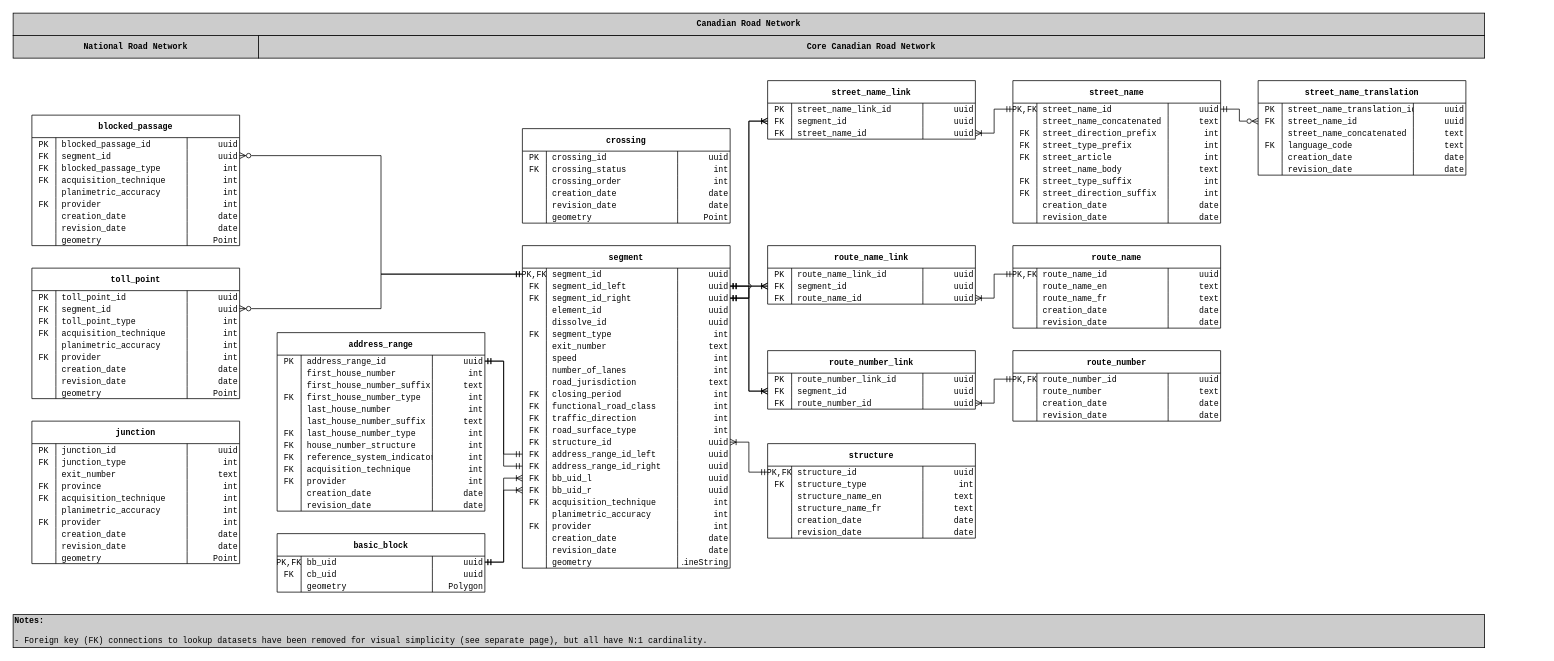
Before: page "primary_datasets" (1 of 2) of docs/source/_static/data_models/canadian_road_network/canadian_road_network.drawio in StatCan/egp-maintenance-tools, a draw.io diagram. Source tidied: cells renumbered, new cells numbered last; positions are measured from the earlier drawing's top-left corner, leaving out a move shared by most shapes. Both pictures are drawn from the tidied source at 75%, with x=0, y=0 at pixel (13, 13).
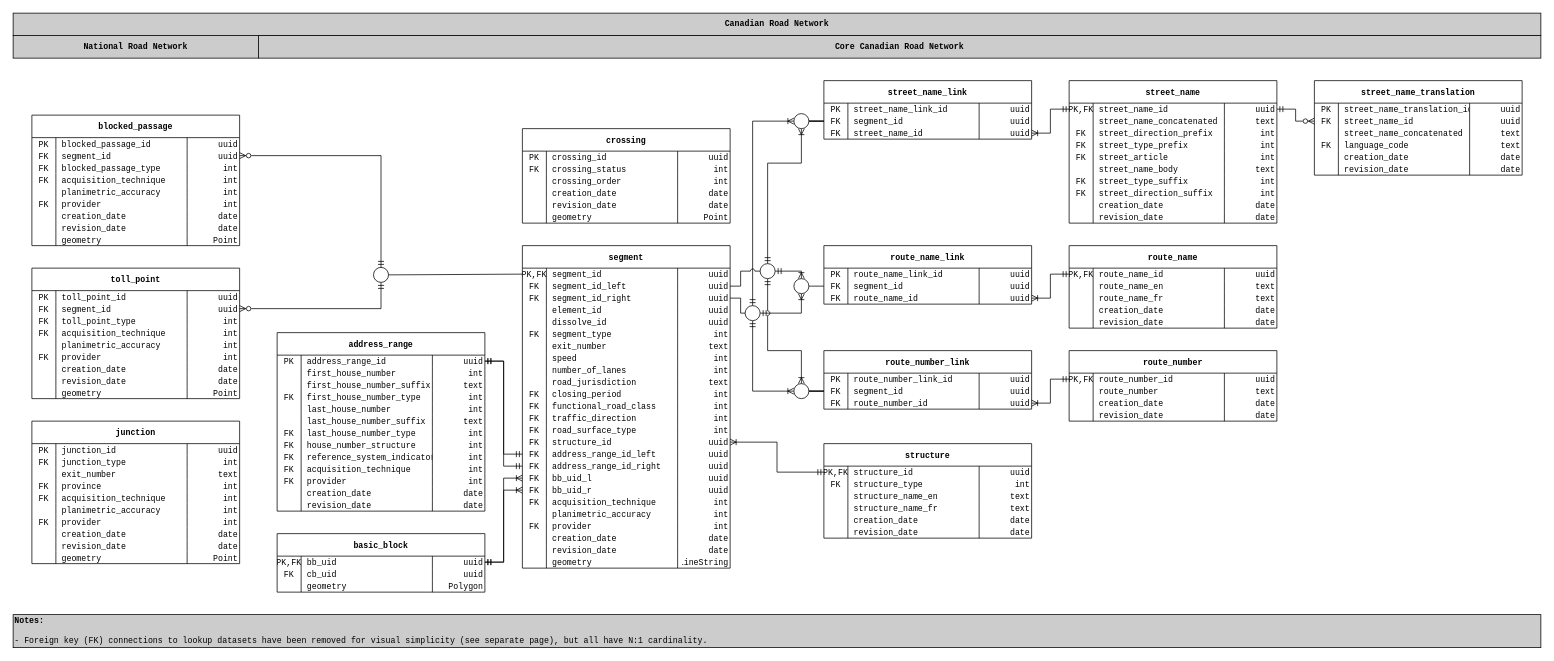
Above is the later version.

Commit message (it also covers changes not shown here):
[1] updated data model (added connection nodes to eliminate overlapping lines)

The change refers to these unchanged cells:
```xml
<mxCell id="10" style="shape=tableRow;horizontal=0;startSize=0;swimlaneHead=0;swimlaneBody=0;fillColor=none;points=[[0,0.5],[1,0.5]];portConstraint=eastwest;top=0;left=0;right=0;bottom=1;fontFamily=Consolas;fontSize=11;strokeColor=none;" parent="9" vertex="1">
  <mxGeometry y="30" width="277" height="16" as="geometry" />
</mxCell>
<mxCell id="14" style="shape=tableRow;horizontal=0;startSize=0;swimlaneHead=0;swimlaneBody=0;fillColor=none;points=[[0,0.5],[1,0.5]];portConstraint=eastwest;top=0;left=0;right=0;bottom=0;fontFamily=Consolas;fontSize=11;" parent="9" vertex="1">
  <mxGeometry y="46" width="277" height="16" as="geometry" />
</mxCell>
<mxCell id="18" style="shape=tableRow;horizontal=0;startSize=0;swimlaneHead=0;swimlaneBody=0;fillColor=none;points=[[0,0.5],[1,0.5]];portConstraint=eastwest;top=0;left=0;right=0;bottom=0;fontFamily=Consolas;fontSize=11;" parent="9" vertex="1">
  <mxGeometry y="62" width="277" height="16" as="geometry" />
</mxCell>
<mxCell id="156" style="shape=tableRow;horizontal=0;startSize=0;swimlaneHead=0;swimlaneBody=0;fillColor=none;points=[[0,0.5],[1,0.5]];portConstraint=eastwest;top=0;left=0;right=0;bottom=1;fontFamily=Consolas;fontSize=11;strokeColor=none;" parent="151" vertex="1">
  <mxGeometry y="46" width="277" height="16" as="geometry" />
</mxCell>
<mxCell id="235" style="shape=tableRow;horizontal=0;startSize=0;swimlaneHead=0;swimlaneBody=0;fillColor=none;points=[[0,0.5],[1,0.5]];portConstraint=eastwest;top=0;left=0;right=0;bottom=1;fontFamily=Consolas;fontSize=11;strokeColor=none;" parent="230" vertex="1">
  <mxGeometry y="46" width="277" height="16" as="geometry" />
</mxCell>
<mxCell id="269" style="shape=tableRow;horizontal=0;startSize=0;swimlaneHead=0;swimlaneBody=0;fillColor=none;points=[[0,0.5],[1,0.5]];portConstraint=eastwest;top=0;left=0;right=0;bottom=1;fontFamily=Consolas;fontSize=11;strokeColor=none;" parent="264" vertex="1">
  <mxGeometry y="46" width="277" height="16" as="geometry" />
</mxCell>
<mxCell id="377" style="shape=tableRow;horizontal=0;startSize=0;swimlaneHead=0;swimlaneBody=0;fillColor=none;points=[[0,0.5],[1,0.5]];portConstraint=eastwest;top=0;left=0;right=0;bottom=1;fontFamily=Consolas;fontSize=11;strokeColor=none;" parent="372" vertex="1">
  <mxGeometry y="46" width="277" height="16" as="geometry" />
</mxCell>
<mxCell id="414" style="shape=tableRow;horizontal=0;startSize=0;swimlaneHead=0;swimlaneBody=0;fillColor=none;points=[[0,0.5],[1,0.5]];portConstraint=eastwest;top=0;left=0;right=0;bottom=1;fontFamily=Consolas;fontSize=11;strokeColor=none;" parent="409" vertex="1">
  <mxGeometry y="46" width="277" height="16" as="geometry" />
</mxCell>
```

What changed in the source:
```diff
@@
-    <mxCell id="3" style="edgeStyle=orthogonalEdgeStyle;rounded=0;jettySize=auto;html=1;startArrow=ERmandOne;startFill=0;endArrow=ERoneToMany;endFill=0;jumpStyle=arc;" parent="1" edge="1" source="14" target="156">
+    <mxCell id="3" style="edgeStyle=orthogonalEdgeStyle;rounded=0;jettySize=auto;html=1;startArrow=ERmandOne;startFill=0;endArrow=ERoneToMany;endFill=0;jumpStyle=arc;exitX=0.5;exitY=0;exitDx=0;exitDy=0;entryX=0;entryY=0.5;entryDx=0;entryDy=0;" parent="1" edge="1" source="501" target="507">
       <mxGeometry relative="1" as="geometry" />
     </mxCell>
-    <mxCell id="4" style="edgeStyle=orthogonalEdgeStyle;rounded=0;jettySize=auto;html=1;entryX=0;entryY=0.5;entryDx=0;entryDy=0;startArrow=ERmandOne;startFill=0;endArrow=ERoneToMany;endFill=0;jumpStyle=arc;" parent="1" edge="1" source="14" target="235">
+    <mxCell id="4" style="edgeStyle=orthogonalEdgeStyle;rounded=0;jettySize=auto;html=1;entryX=0.5;entryY=1;entryDx=0;entryDy=0;startArrow=ERmandOne;startFill=0;endArrow=ERoneToMany;endFill=0;jumpStyle=arc;exitX=1;exitY=0.5;exitDx=0;exitDy=0;" parent="1" edge="1" source="501" target="505">
       <mxGeometry relative="1" as="geometry" />
     </mxCell>
-    <mxCell id="5" style="edgeStyle=orthogonalEdgeStyle;rounded=0;jettySize=auto;html=1;entryX=0;entryY=0.5;entryDx=0;entryDy=0;startArrow=ERmandOne;startFill=0;endArrow=ERoneToMany;endFill=0;jumpStyle=arc;" parent="1" edge="1" source="14" target="269">
+    <mxCell id="5" style="edgeStyle=orthogonalEdgeStyle;rounded=0;jettySize=auto;html=1;entryX=0;entryY=0.5;entryDx=0;entryDy=0;startArrow=ERmandOne;startFill=0;endArrow=ERoneToMany;endFill=0;jumpStyle=arc;exitX=0.5;exitY=1;exitDx=0;exitDy=0;" parent="1" edge="1" source="501" target="509">
       <mxGeometry relative="1" as="geometry" />
     </mxCell>
-    <mxCell id="6" style="edgeStyle=orthogonalEdgeStyle;rounded=0;jettySize=auto;html=1;entryX=0;entryY=0.5;entryDx=0;entryDy=0;startArrow=ERmandOne;startFill=0;endArrow=ERoneToMany;endFill=0;jumpStyle=arc;" parent="1" edge="1" source="18" target="269">
-      <mxGeometry relative="1" as="geometry" />
+    <mxCell id="6" style="edgeStyle=orthogonalEdgeStyle;rounded=0;jettySize=auto;html=1;entryX=0.5;entryY=0;entryDx=0;entryDy=0;startArrow=ERmandOne;startFill=0;endArrow=ERoneToMany;endFill=0;jumpStyle=arc;exitX=0.5;exitY=1;exitDx=0;exitDy=0;" parent="1" edge="1" source="503" target="509">
+      <mxGeometry relative="1" as="geometry">
+        <Array as="points">
+          <mxPoint x="1006" y="450" />
+          <mxPoint x="1051" y="450" />
+        </Array>
+      </mxGeometry>
     </mxCell>
-    <mxCell id="7" style="edgeStyle=orthogonalEdgeStyle;rounded=0;jettySize=auto;html=1;entryX=0;entryY=0.5;entryDx=0;entryDy=0;startArrow=ERmandOne;startFill=0;endArrow=ERoneToMany;endFill=0;jumpStyle=arc;" parent="1" edge="1" source="18" target="235">
+    <mxCell id="7" style="edgeStyle=orthogonalEdgeStyle;rounded=0;jettySize=auto;html=1;entryX=0.5;entryY=0;entryDx=0;entryDy=0;startArrow=ERmandOne;startFill=0;endArrow=ERoneToMany;endFill=0;jumpStyle=arc;exitX=1;exitY=0.5;exitDx=0;exitDy=0;" parent="1" edge="1" source="503" target="505">
       <mxGeometry relative="1" as="geometry" />
     </mxCell>
-    <mxCell id="8" style="edgeStyle=orthogonalEdgeStyle;rounded=0;jettySize=auto;html=1;entryX=0;entryY=0.5;entryDx=0;entryDy=0;startArrow=ERmandOne;startFill=0;endArrow=ERoneToMany;endFill=0;jumpStyle=arc;" parent="1" edge="1" source="18" target="156">
-      <mxGeometry relative="1" as="geometry" />
+    <mxCell id="8" style="edgeStyle=orthogonalEdgeStyle;rounded=0;jettySize=auto;html=1;entryX=0.5;entryY=1;entryDx=0;entryDy=0;startArrow=ERmandOne;startFill=0;endArrow=ERoneToMany;endFill=0;jumpStyle=arc;exitX=0.5;exitY=0;exitDx=0;exitDy=0;" parent="1" edge="1" source="503" target="507">
+      <mxGeometry relative="1" as="geometry">
+        <Array as="points">
+          <mxPoint x="1006" y="200" />
+          <mxPoint x="1051" y="200" />
+        </Array>
+      </mxGeometry>
     </mxCell>
@@
     <mxCell id="151" value="street_name_link" style="shape=table;startSize=30;childLayout=tableLayout;rowLines=0;fontStyle=1;align=center;fontFamily=Consolas;fontSize=11;spacing=2;" parent="1" vertex="1">
-      <mxGeometry x="1006" y="90" width="277" height="78" as="geometry" />
+      <mxGeometry x="1081" y="90" width="277" height="78" as="geometry" />
     </mxCell>
@@
     <mxCell id="164" value="street_name" style="shape=table;startSize=30;childLayout=tableLayout;rowLines=0;fontStyle=1;align=center;fontFamily=Consolas;fontSize=11;spacing=2;" parent="1" vertex="1">
-      <mxGeometry x="1333" y="90" width="277" height="190" as="geometry" />
+      <mxGeometry x="1408" y="90" width="277" height="190" as="geometry" />
     </mxCell>
@@
     <mxCell id="205" value="street_name_translation" style="shape=table;startSize=30;childLayout=tableLayout;rowLines=0;fontStyle=1;align=center;fontFamily=Consolas;fontSize=11;spacing=2;" parent="1" vertex="1">
-      <mxGeometry x="1660" y="90" width="277" height="126" as="geometry" />
+      <mxGeometry x="1735" y="90" width="277" height="126" as="geometry" />
     </mxCell>
@@
     <mxCell id="230" value="route_name_link" style="shape=table;startSize=30;childLayout=tableLayout;rowLines=0;fontStyle=1;align=center;fontFamily=Consolas;fontSize=11;spacing=2;" parent="1" vertex="1">
-      <mxGeometry x="1006" y="310" width="277" height="78" as="geometry" />
+      <mxGeometry x="1081" y="310" width="277" height="78" as="geometry" />
     </mxCell>
@@
     <mxCell id="243" value="route_name" style="shape=table;startSize=30;childLayout=tableLayout;rowLines=0;fontStyle=1;align=center;fontFamily=Consolas;fontSize=11;spacing=2;" parent="1" vertex="1">
-      <mxGeometry x="1333" y="310" width="277" height="110" as="geometry" />
+      <mxGeometry x="1408" y="310" width="277" height="110" as="geometry" />
     </mxCell>
@@
     <mxCell id="264" value="route_number_link" style="shape=table;startSize=30;childLayout=tableLayout;rowLines=0;fontStyle=1;align=center;fontFamily=Consolas;fontSize=11;spacing=2;" parent="1" vertex="1">
-      <mxGeometry x="1006" y="450" width="277" height="78" as="geometry" />
+      <mxGeometry x="1081" y="450" width="277" height="78" as="geometry" />
     </mxCell>
@@
     <mxCell id="277" value="route_number" style="shape=table;startSize=30;childLayout=tableLayout;rowLines=0;fontStyle=1;align=center;fontFamily=Consolas;fontSize=11;spacing=2;" parent="1" vertex="1">
-      <mxGeometry x="1333" y="450" width="277" height="94" as="geometry" />
+      <mxGeometry x="1408" y="450" width="277" height="94" as="geometry" />
     </mxCell>
@@
     <mxCell id="294" value="structure" style="shape=table;startSize=30;childLayout=tableLayout;rowLines=0;fontStyle=1;align=center;fontFamily=Consolas;fontSize=11;spacing=2;" parent="1" vertex="1">
-      <mxGeometry x="1006" y="574" width="277" height="126" as="geometry" />
+      <mxGeometry x="1081" y="574" width="277" height="126" as="geometry" />
     </mxCell>
@@
-    <mxCell id="446" style="edgeStyle=orthogonalEdgeStyle;rounded=0;jettySize=auto;html=1;endArrow=ERmandOne;endFill=0;startArrow=ERzeroToMany;startFill=0;jumpStyle=arc;" parent="1" edge="1" source="377" target="10">
+    <mxCell id="446" style="edgeStyle=orthogonalEdgeStyle;rounded=0;jettySize=auto;html=1;endArrow=ERmandOne;endFill=0;startArrow=ERzeroToMany;startFill=0;jumpStyle=arc;entryX=0.5;entryY=0;entryDx=0;entryDy=0;" parent="1" edge="1" source="377" target="499">
       <mxGeometry relative="1" as="geometry" />
     </mxCell>
-    <mxCell id="447" style="edgeStyle=orthogonalEdgeStyle;rounded=0;jettySize=auto;html=1;entryX=0;entryY=0.5;entryDx=0;entryDy=0;startArrow=ERzeroToMany;startFill=0;endArrow=ERmandOne;endFill=0;jumpStyle=arc;" parent="1" edge="1" source="414" target="10">
+    <mxCell id="447" style="edgeStyle=orthogonalEdgeStyle;rounded=0;jettySize=auto;html=1;entryX=0.5;entryY=1;entryDx=0;entryDy=0;startArrow=ERzeroToMany;startFill=0;endArrow=ERmandOne;endFill=0;jumpStyle=arc;" parent="1" edge="1" source="414" target="499">
       <mxGeometry relative="1" as="geometry" />
     </mxCell>
@@
     <mxCell id="495" value="Canadian Road Network" style="rounded=0;whiteSpace=wrap;html=1;fontFamily=Consolas;fontSize=11;fontStyle=1;fillColor=#CCCCCC;" parent="1" vertex="1">
-      <mxGeometry width="1962" height="30" as="geometry" />
+      <mxGeometry width="2037" height="30" as="geometry" />
     </mxCell>
     <mxCell id="496" value="Core Canadian Road Network" style="rounded=0;whiteSpace=wrap;html=1;fontFamily=Consolas;fontSize=11;fontStyle=1;fillColor=#CCCCCC;" parent="1" vertex="1">
-      <mxGeometry x="327" y="30" width="1635" height="30" as="geometry" />
+      <mxGeometry x="327" y="30" width="1710" height="30" as="geometry" />
     </mxCell>
     <mxCell id="497" value="Notes:&lt;br&gt;&lt;br&gt;&lt;span style=&quot;font-weight: normal;&quot;&gt;- Foreign key (FK) connections to lookup datasets have been removed for visual simplicity (see separate page), but all have N:1 cardinality.&lt;/span&gt;" style="rounded=0;whiteSpace=wrap;html=1;fontFamily=Consolas;fontSize=11;fontStyle=1;fillColor=#CCCCCC;align=left;" parent="1" vertex="1">
-      <mxGeometry y="802" width="1962" height="44" as="geometry" />
+      <mxGeometry y="802" width="2037" height="44" as="geometry" />
     </mxCell>
+    <mxCell id="498" style="edgeStyle=orthogonalEdgeStyle;rounded=0;jettySize=auto;html=1;entryX=0;entryY=0.5;entryDx=0;entryDy=0;exitX=1;exitY=0.5;exitDx=0;exitDy=0;jumpStyle=arc;endArrow=none;endFill=0;" parent="1" edge="1" source="499" target="10">
+      <mxGeometry relative="1" as="geometry" />
+    </mxCell>
+    <mxCell id="499" style="ellipse;whiteSpace=wrap;html=1;" parent="1" vertex="1">
+      <mxGeometry x="480.5" y="339" width="20" height="20" as="geometry" />
+    </mxCell>
+    <mxCell id="500" style="edgeStyle=orthogonalEdgeStyle;rounded=0;jumpStyle=arc;jettySize=auto;html=1;entryX=1;entryY=0.5;entryDx=0;entryDy=0;endArrow=none;endFill=0;exitX=0;exitY=0.5;exitDx=0;exitDy=0;" parent="1" edge="1" source="501" target="18">
+      <mxGeometry relative="1" as="geometry">
+        <Array as="points">
+          <mxPoint x="970" y="400" />
+          <mxPoint x="970" y="380" />
+        </Array>
+      </mxGeometry>
+    </mxCell>
+    <mxCell id="501" style="ellipse;whiteSpace=wrap;html=1;" parent="1" vertex="1">
+      <mxGeometry x="976" y="390" width="20" height="20" as="geometry" />
+    </mxCell>
+    <mxCell id="502" style="edgeStyle=orthogonalEdgeStyle;rounded=0;jumpStyle=arc;jettySize=auto;html=1;entryX=1;entryY=0.5;entryDx=0;entryDy=0;endArrow=none;endFill=0;exitX=0;exitY=0.5;exitDx=0;exitDy=0;" parent="1" edge="1" source="503" target="14">
+      <mxGeometry relative="1" as="geometry">
+        <Array as="points">
+          <mxPoint x="970" y="344" />
+          <mxPoint x="970" y="364" />
+        </Array>
+      </mxGeometry>
+    </mxCell>
+    <mxCell id="503" style="ellipse;whiteSpace=wrap;html=1;" parent="1" vertex="1">
+      <mxGeometry x="996" y="334" width="20" height="20" as="geometry" />
+    </mxCell>
+    <mxCell id="504" style="edgeStyle=orthogonalEdgeStyle;rounded=0;jumpStyle=arc;jettySize=auto;html=1;entryX=0;entryY=0.5;entryDx=0;entryDy=0;endArrow=none;endFill=0;" parent="1" edge="1" source="505" target="235">
+      <mxGeometry relative="1" as="geometry">
+        <Array as="points">
+          <mxPoint x="1050" y="364" />
+          <mxPoint x="1050" y="364" />
+        </Array>
+      </mxGeometry>
+    </mxCell>
+    <mxCell id="505" style="ellipse;whiteSpace=wrap;html=1;" parent="1" vertex="1">
+      <mxGeometry x="1041" y="354" width="20" height="20" as="geometry" />
+    </mxCell>
+    <mxCell id="506" style="edgeStyle=orthogonalEdgeStyle;rounded=0;jumpStyle=arc;jettySize=auto;html=1;entryX=0;entryY=0.5;entryDx=0;entryDy=0;endArrow=none;endFill=0;" parent="1" edge="1" source="507" target="156">
+      <mxGeometry relative="1" as="geometry" />
+    </mxCell>
+    <mxCell id="507" style="ellipse;whiteSpace=wrap;html=1;fillColor=#FFFFFF;" parent="1" vertex="1">
+      <mxGeometry x="1041" y="134" width="20" height="20" as="geometry" />
+    </mxCell>
+    <mxCell id="508" style="edgeStyle=orthogonalEdgeStyle;rounded=0;jumpStyle=arc;jettySize=auto;html=1;entryX=0;entryY=0.5;entryDx=0;entryDy=0;endArrow=none;endFill=0;" parent="1" edge="1" source="509" target="269">
+      <mxGeometry relative="1" as="geometry" />
+    </mxCell>
+    <mxCell id="509" style="ellipse;whiteSpace=wrap;html=1;" parent="1" vertex="1">
+      <mxGeometry x="1041" y="494" width="20" height="20" as="geometry" />
+    </mxCell>
```
